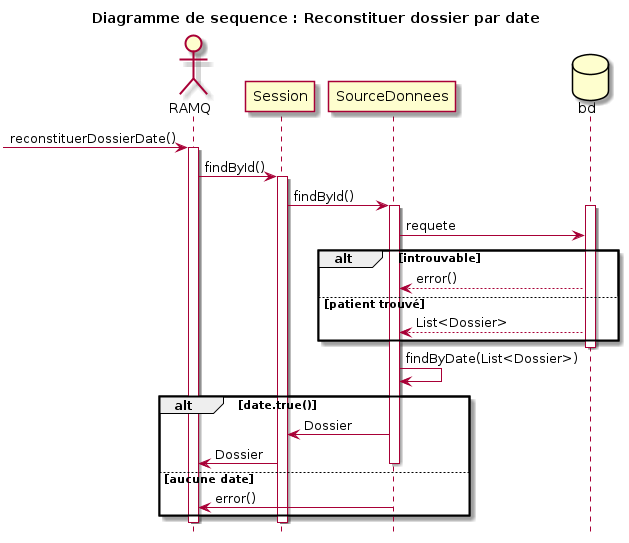
Earlier version of the PlantUML export models/Diagramme_Sequences/Reconstruire_dossier_date/dossierDate_code.png (fethiuqam/INF5153-Projet-Session). The source it was exported from:
```plantuml
@startuml
title Diagramme de sequence : Reconstituer dossier par date
hide footbox
Actor "RAMQ" as ramq
-> ramq: reconstituerDossierDate()
activate ramq
hide footbox
ramq -> Session: findById()
activate Session
Session -> SourceDonnees: findById()
activate SourceDonnees
database Bd as "bd"
activate Bd
SourceDonnees -> Bd: requete
alt introuvable
Bd --> SourceDonnees: error()
else patient trouvé
Bd --> SourceDonnees:List<Dossier>
end
deactivate Bd
SourceDonnees -> SourceDonnees: findByDate(List<Dossier>)
alt date.true()
SourceDonnees -> Session: Dossier
Session -> ramq: Dossier
deactivate SourceDonnees
else aucune date
SourceDonnees -> ramq: error()
end
deactivate Session
deactivate ramq

@enduml
```
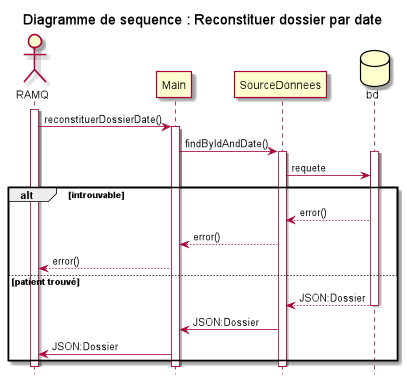
Above is the later version.

What changed in the source:
```diff
@@ -2,31 +2,28 @@
 title Diagramme de sequence : Reconstituer dossier par date
 hide footbox
 Actor "RAMQ" as ramq
--> ramq: reconstituerDossierDate()
 activate ramq
 hide footbox
-ramq -> Session: findById()
-activate Session
-Session -> SourceDonnees: findById()
+ramq -> Main: reconstituerDossierDate()
+activate Main
+Main -> SourceDonnees: findByIdAndDate()
 activate SourceDonnees
 database Bd as "bd"
 activate Bd
 SourceDonnees -> Bd: requete
 alt introuvable
 Bd --> SourceDonnees: error()
+SourceDonnees --> Main: error()
+Main --> ramq: error()
 else patient trouvé
-Bd --> SourceDonnees:List<Dossier>
+Bd --> SourceDonnees:JSON:Dossier
+deactivate Bd
+SourceDonnees -> Main: JSON:Dossier
+Main -> ramq: JSON:Dossier
 end
-deactivate Bd
-SourceDonnees -> SourceDonnees: findByDate(List<Dossier>)
-alt date.true()
-SourceDonnees -> Session: Dossier
-Session -> ramq: Dossier
 deactivate SourceDonnees
-else aucune date
-SourceDonnees -> ramq: error()
-end
-deactivate Session
+
+deactivate Main
 deactivate ramq
 
 @enduml
```
